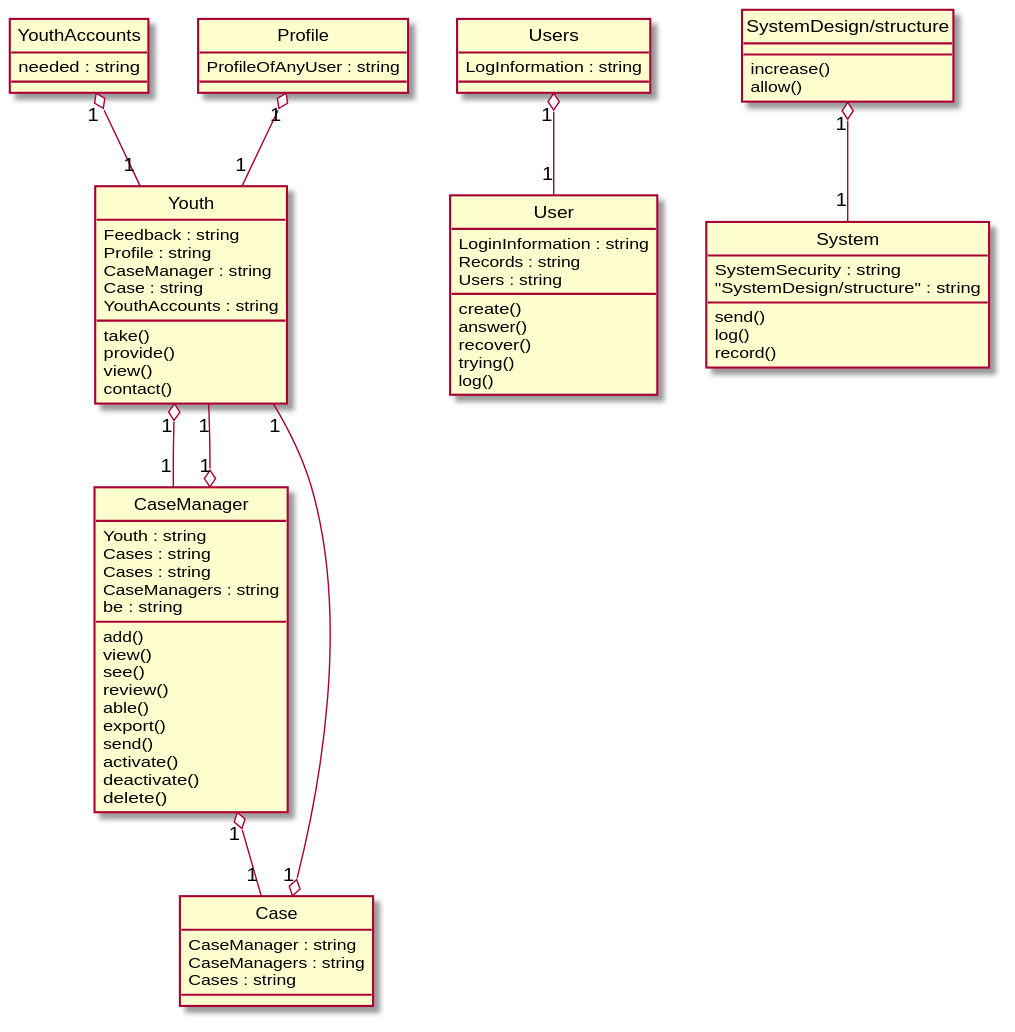
Above: Diagrams/2016-USC-Project10.svg in xixixhalu/DomainModelExtractor (PlantUML), before the change.
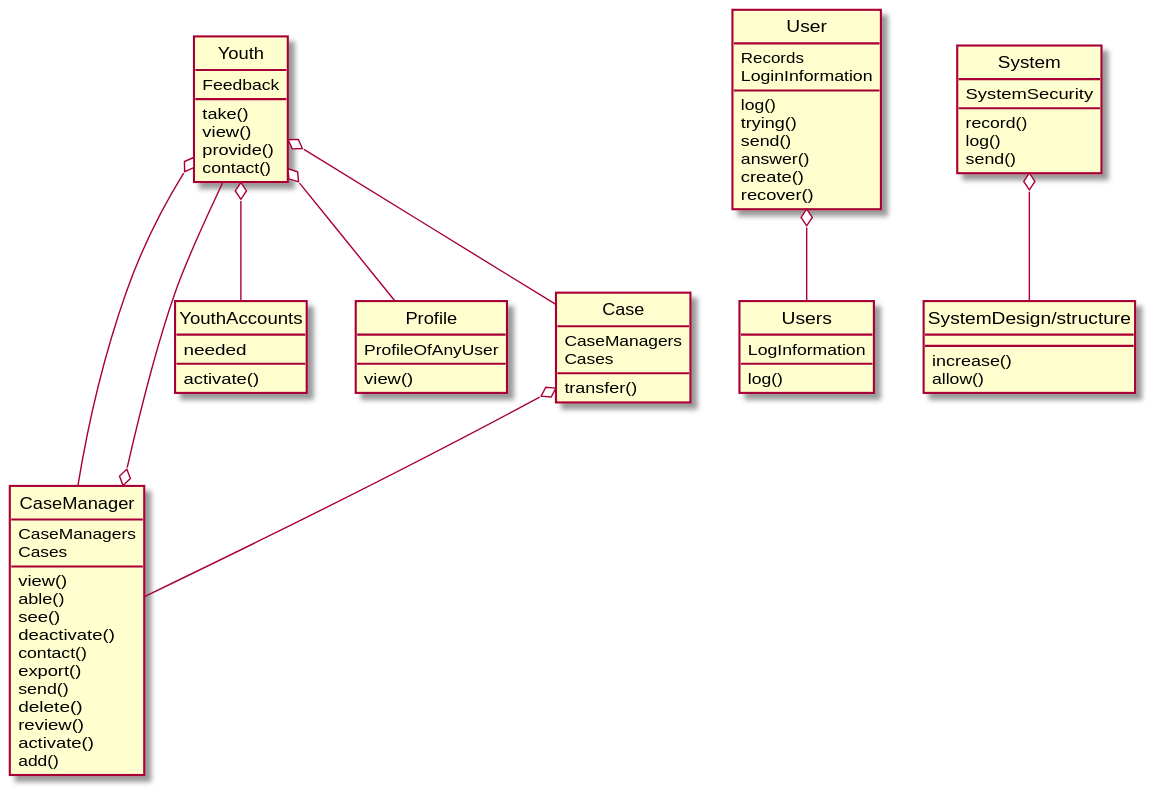
After the commit.

Change to the diagram source:
```diff
@@ -1,74 +1,70 @@
 @startuml
 hide circle
 class Youth {
-	Feedback : string
-	Profile : string
-	CaseManager : string
-	Case : string
-	YouthAccounts : string
+	Feedback
 	take()
+	view()
 	provide()
-	view()
 	contact()
 }
 class CaseManager {
-	Youth : string
-	Cases : string
-	Cases : string
-	CaseManagers : string
-	be : string
-	add()
+	CaseManagers
+	Cases
 	view()
+	able()
 	see()
-	review()
-	able()
+	deactivate()
+	contact()
 	export()
 	send()
+	delete()
+	review()
 	activate()
-	deactivate()
-	delete()
+	add()
 }
 class User {
-	LoginInformation : string
-	Records : string
-	Users : string
+	Records
+	LoginInformation
+	log()
+	trying()
+	send()
+	answer()
 	create()
-	answer()
 	recover()
-	trying()
+}
+class YouthAccounts {
+	needed
+	activate()
+}
+class Users {
+	LogInformation
 	log()
 }
-class YouthAccounts {
-	needed : string
-}
-class Users {
-	LogInformation : string
+class Profile {
+	ProfileOfAnyUser
+	view()
 }
 class System {
-	SystemSecurity : string
-	"SystemDesign/structure" : string
+	SystemSecurity
+	record()
+	log()
 	send()
-	log()
-	record()
-}
-class Profile {
-	ProfileOfAnyUser : string
 }
 class Case {
-	CaseManager : string
-	CaseManagers : string
-	Cases : string
+	CaseManagers
+	Cases
+	transfer()
 }
 class SystemDesign/structure {
 	increase()
 	allow()
 }
-"SystemDesign/structure" "1" o-- "1" System
-Youth "1" o-- "1" CaseManager
-CaseManager "1" o-- "1" Youth
-Profile "1" o-- "1" Youth
-Users "1" o-- "1" User
-YouthAccounts "1" o-- "1" Youth
-Case "1" o-- "1" Youth
-CaseManager "1" o-- "1" Case
+Youth o-- Profile
+Youth o-- Case
+CaseManager o-- Youth
+User o-- Users
+Youth o-- CaseManager
+System o-- "SystemDesign/structure"
+Youth o-- YouthAccounts
+Case o-- CaseManager
 @enduml
```
